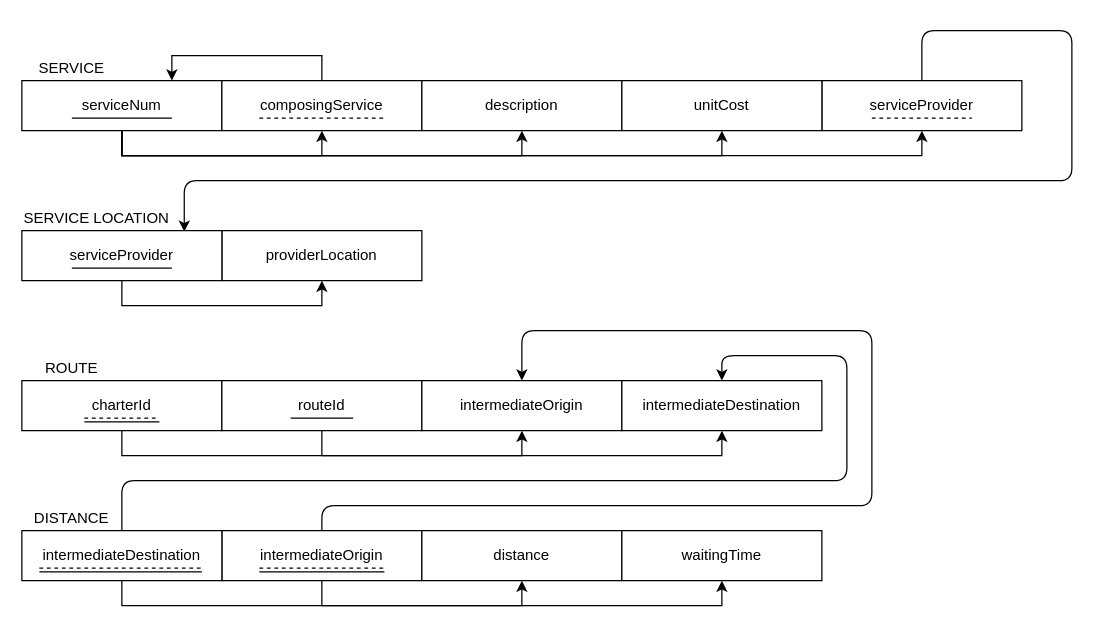
Before: page "Version 2" (2 of 2) of Assignments/Assignment_Code/A3/Relational_Diagram.drawio in vilavpolara/COMP2521_Labs_Assignments, a draw.io diagram. Source tidied: cells renumbered, new cells numbered last; positions are measured from the earlier drawing's top-left corner, leaving out a move shared by most shapes. Both pictures are drawn from the tidied source at 125%, with x=0, y=0 at pixel (21, 30).
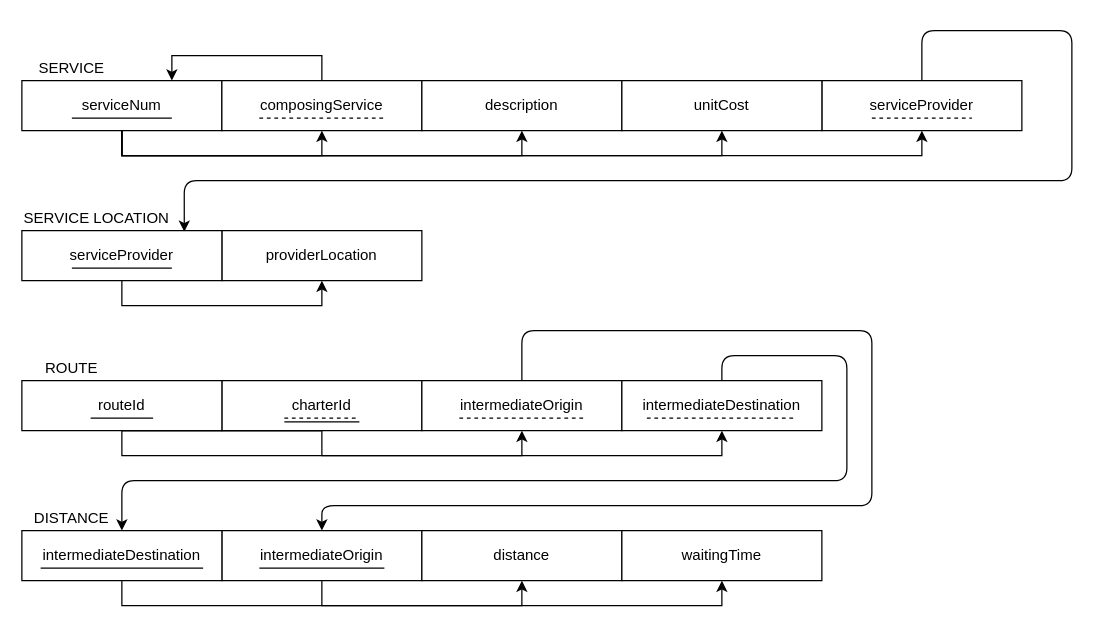
After the change.

Unchanged cells that the change refers to:
```xml
<mxCell id="26" value="intermediateOrigin" style="rounded=0;whiteSpace=wrap;html=1;" parent="1" vertex="1">
  <mxGeometry x="320" y="280" width="160" height="40" as="geometry" />
</mxCell>
<mxCell id="27" value="intermediateDestination" style="rounded=0;whiteSpace=wrap;html=1;" parent="1" vertex="1">
  <mxGeometry x="480" y="280" width="160" height="40" as="geometry" />
</mxCell>
<mxCell id="36" value="intermediateOrigin" style="rounded=0;whiteSpace=wrap;html=1;" parent="1" vertex="1">
  <mxGeometry x="160" y="400" width="160" height="40" as="geometry" />
</mxCell>
<mxCell id="39" value="intermediateDestination" style="rounded=0;whiteSpace=wrap;html=1;" parent="1" vertex="1">
  <mxGeometry y="400" width="160" height="40" as="geometry" />
</mxCell>
```

The edit, as a diff of the source:
```diff
@@
     <mxCell id="23" value="charterId" style="rounded=0;whiteSpace=wrap;html=1;" parent="1" vertex="1">
-      <mxGeometry y="280" width="160" height="40" as="geometry" />
+      <mxGeometry x="160" y="280" width="160" height="40" as="geometry" />
     </mxCell>
@@
     <mxCell id="25" value="routeId" style="rounded=0;whiteSpace=wrap;html=1;" parent="1" vertex="1">
-      <mxGeometry x="160" y="280" width="160" height="40" as="geometry" />
+      <mxGeometry y="280" width="160" height="40" as="geometry" />
     </mxCell>
+    <mxCell id="48" style="edgeStyle=orthogonalEdgeStyle;rounded=1;jettySize=auto;html=1;exitX=0.5;exitY=0;exitDx=0;exitDy=0;entryX=0.5;entryY=0;entryDx=0;entryDy=0;curved=0;" parent="1" edge="1" source="26" target="36">
+      <mxGeometry relative="1" as="geometry">
+        <Array as="points">
+          <mxPoint x="400" y="240" />
+          <mxPoint x="680" y="240" />
+          <mxPoint x="680" y="380" />
+          <mxPoint x="240" y="380" />
+        </Array>
+      </mxGeometry>
+    </mxCell>
@@
+    <mxCell id="49" style="edgeStyle=orthogonalEdgeStyle;rounded=1;jettySize=auto;html=1;exitX=0.5;exitY=0;exitDx=0;exitDy=0;entryX=0.5;entryY=0;entryDx=0;entryDy=0;curved=0;" parent="1" edge="1" source="27" target="39">
+      <mxGeometry relative="1" as="geometry">
+        <Array as="points">
+          <mxPoint x="560" y="260" />
+          <mxPoint x="660" y="260" />
+          <mxPoint x="660" y="360" />
+          <mxPoint x="80" y="360" />
+        </Array>
+      </mxGeometry>
+    </mxCell>
@@
     <mxCell id="28" style="group;" parent="1" vertex="1">
-      <mxGeometry x="50" y="310" width="60" height="3" as="geometry" />
+      <mxGeometry x="210" y="310" width="60" height="3" as="geometry" />
     </mxCell>
@@
     <mxCell id="31" style="endArrow=none;html=1;rounded=0;strokeWidth=1;" parent="1" edge="1">
       <mxGeometry relative="1" as="geometry">
-        <mxPoint x="215" y="310" as="sourcePoint" />
-        <mxPoint x="265" y="310" as="targetPoint" />
+        <mxPoint x="55" y="310" as="sourcePoint" />
+        <mxPoint x="105" y="310" as="targetPoint" />
       </mxGeometry>
     </mxCell>
@@
-    <mxCell id="34" style="edgeStyle=orthogonalEdgeStyle;rounded=1;jettySize=auto;html=1;exitX=0.5;exitY=0;exitDx=0;exitDy=0;entryX=0.5;entryY=0;entryDx=0;entryDy=0;curved=0;" parent="1" edge="1" source="36" target="26">
-      <mxGeometry relative="1" as="geometry">
-        <Array as="points">
-          <mxPoint x="240" y="380" />
-          <mxPoint x="680" y="380" />
-          <mxPoint x="680" y="240" />
-          <mxPoint x="400" y="240" />
-        </Array>
-      </mxGeometry>
-    </mxCell>
@@
-    <mxCell id="37" style="edgeStyle=orthogonalEdgeStyle;rounded=1;jettySize=auto;html=1;exitX=0.5;exitY=0;exitDx=0;exitDy=0;entryX=0.5;entryY=0;entryDx=0;entryDy=0;curved=0;" parent="1" edge="1" source="39" target="27">
-      <mxGeometry relative="1" as="geometry">
-        <Array as="points">
-          <mxPoint x="80" y="360" />
-          <mxPoint x="660" y="360" />
-          <mxPoint x="660" y="260" />
-          <mxPoint x="560" y="260" />
-        </Array>
-      </mxGeometry>
-    </mxCell>
@@
-    <mxCell id="42" style="group;" parent="1" vertex="1">
-      <mxGeometry x="14" y="430" width="130" height="3" as="geometry" />
-    </mxCell>
-    <mxCell id="43" style="endArrow=none;html=1;rounded=0;strokeWidth=1;" parent="42" edge="1">
-      <mxGeometry relative="1" as="geometry">
-        <mxPoint y="3" as="sourcePoint" />
-        <mxPoint x="130" y="3" as="targetPoint" />
-      </mxGeometry>
-    </mxCell>
-    <mxCell id="44" style="endArrow=none;dashed=1;html=1;rounded=0;" parent="42" edge="1">
-      <mxGeometry relative="1" as="geometry">
-        <mxPoint as="sourcePoint" />
-        <mxPoint x="130" as="targetPoint" />
-      </mxGeometry>
-    </mxCell>
-    <mxCell id="45" style="group;" parent="1" vertex="1">
-      <mxGeometry x="190" y="430" width="100" height="3" as="geometry" />
-    </mxCell>
-    <mxCell id="46" style="endArrow=none;html=1;rounded=0;strokeWidth=1;" parent="45" edge="1">
-      <mxGeometry relative="1" as="geometry">
-        <mxPoint y="3" as="sourcePoint" />
-        <mxPoint x="100" y="3" as="targetPoint" />
-      </mxGeometry>
-    </mxCell>
-    <mxCell id="47" style="endArrow=none;dashed=1;html=1;rounded=0;" parent="45" edge="1">
-      <mxGeometry relative="1" as="geometry">
-        <mxPoint as="sourcePoint" />
-        <mxPoint x="100" as="targetPoint" />
-      </mxGeometry>
-    </mxCell>
+    <mxCell id="50" style="endArrow=none;dashed=1;html=1;rounded=0;" parent="1" edge="1">
+      <mxGeometry relative="1" as="geometry">
+        <mxPoint x="350" y="310" as="sourcePoint" />
+        <mxPoint x="450" y="310" as="targetPoint" />
+      </mxGeometry>
+    </mxCell>
+    <mxCell id="51" style="endArrow=none;dashed=1;html=1;rounded=0;" parent="1" edge="1">
+      <mxGeometry relative="1" as="geometry">
+        <mxPoint x="500" y="310" as="sourcePoint" />
+        <mxPoint x="620" y="310" as="targetPoint" />
+      </mxGeometry>
+    </mxCell>
+    <mxCell id="52" style="endArrow=none;html=1;rounded=0;strokeWidth=1;" parent="1" edge="1">
+      <mxGeometry relative="1" as="geometry">
+        <mxPoint x="15" y="430" as="sourcePoint" />
+        <mxPoint x="145" y="430" as="targetPoint" />
+      </mxGeometry>
+    </mxCell>
+    <mxCell id="53" style="endArrow=none;html=1;rounded=0;strokeWidth=1;" parent="1" edge="1">
+      <mxGeometry relative="1" as="geometry">
+        <mxPoint x="190" y="430" as="sourcePoint" />
+        <mxPoint x="290" y="430" as="targetPoint" />
+      </mxGeometry>
+    </mxCell>
```
